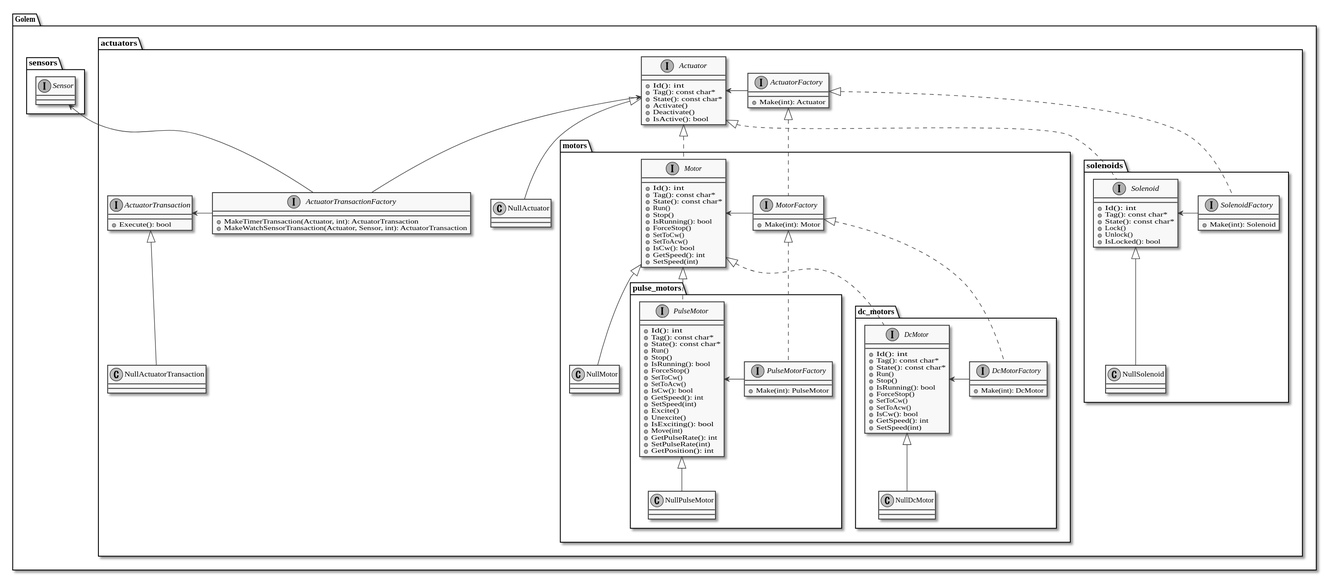
This is doc/actuator_class_diagram.svg from kokabe2/golem, a PlantUML export, as it was before one commit. Its diagram source:
```plantuml
@startuml actuator_class_diagram
skinparam {
    defaultFontName Ricty Diminished
    monochrome true
}

package Golem {
    folder actuators {
        interface Actuator {
            + Id(): int
            + Tag(): const char*
            + State(): const char*
            + Activate()
            + Deactivate()
            + IsActive(): bool
        }
        interface ActuatorFactory {
            + Make(int): Actuator
        }
        interface ActuatorTransaction {
            + Execute(): bool
        }
        interface ActuatorTransactionFactory {
            + MakeTimerTransaction(Actuator, int): ActuatorTransaction
            + MakeWatchSensorTransaction(Actuator, Sensor, int): ActuatorTransaction
        }
        class NullActuator
        class NullActuatorTransaction
        folder motors {
            interface Motor {
                + Id(): int
                + Tag(): const char*
                + State(): const char*
                + Run()
                + Stop()
                + IsRunning(): bool
                + ForceStop()
                + SetToCw()
                + SetToAcw()
                + IsCw(): bool
                + GetSpeed(): int
                + SetSpeed(int)
            }
            interface MotorFactory {
                + Make(int): Motor
            }
            class NullMotor
            folder dc_motors {
                interface DcMotor {
                    + Id(): int
                    + Tag(): const char*
                    + State(): const char*
                    + Run()
                    + Stop()
                    + IsRunning(): bool
                    + ForceStop()
                    + SetToCw()
                    + SetToAcw()
                    + IsCw(): bool
                    + GetSpeed(): int
                    + SetSpeed(int)
                }
                interface DcMotorFactory {
                    + Make(int): DcMotor
                }
                class NullDcMotor
                DcMotor <|-- NullDcMotor
                DcMotor <- DcMotorFactory
            }
            folder pulse_motors {
                interface PulseMotor {
                    + Id(): int
                    + Tag(): const char*
                    + State(): const char*
                    + Run()
                    + Stop()
                    + IsRunning(): bool
                    + ForceStop()
                    + SetToCw()
                    + SetToAcw()
                    + IsCw(): bool
                    + GetSpeed(): int
                    + SetSpeed(int)
                    + Excite()
                    + Unexcite()
                    + IsExciting(): bool
                    + Move(int)
                    + GetPulseRate(): int
                    + SetPulseRate(int)
                    + GetPosition(): int
                }
                interface PulseMotorFactory {
                    + Make(int): PulseMotor
                }
                class NullPulseMotor
                PulseMotor <|-- NullPulseMotor
                PulseMotor <- PulseMotorFactory
            }
            Motor <|-- NullMotor
            Motor <- MotorFactory
            Motor <|.. DcMotor
            MotorFactory <|.. DcMotorFactory
            Motor <|.. PulseMotor
            MotorFactory <|.. PulseMotorFactory
        }
        folder solenoids {
            interface Solenoid {
                + Id(): int
                + Tag(): const char*
                + State(): const char*
                + Lock()
                + Unlock()
                + IsLocked(): bool
            }
            interface SolenoidFactory {
                + Make(int): Solenoid
            }
            class NullSolenoid
            Solenoid <|-- NullSolenoid
            Solenoid <- SolenoidFactory
        }
        Actuator <|-- NullActuator
        Actuator <- ActuatorFactory
        ActuatorTransaction <|-- NullActuatorTransaction
        ActuatorTransaction <- ActuatorTransactionFactory
        Actuator <-- ActuatorTransactionFactory
        ActuatorTransactionFactory -[hidden]r-> NullActuator
        Actuator <|.. Solenoid
        ActuatorFactory <|.. SolenoidFactory
        Actuator <|.. Motor
        ActuatorFactory <|.. MotorFactory
    }
    folder sensors {
        interface Sensor
    }
    Sensor <-- ActuatorTransactionFactory
}
@enduml
```
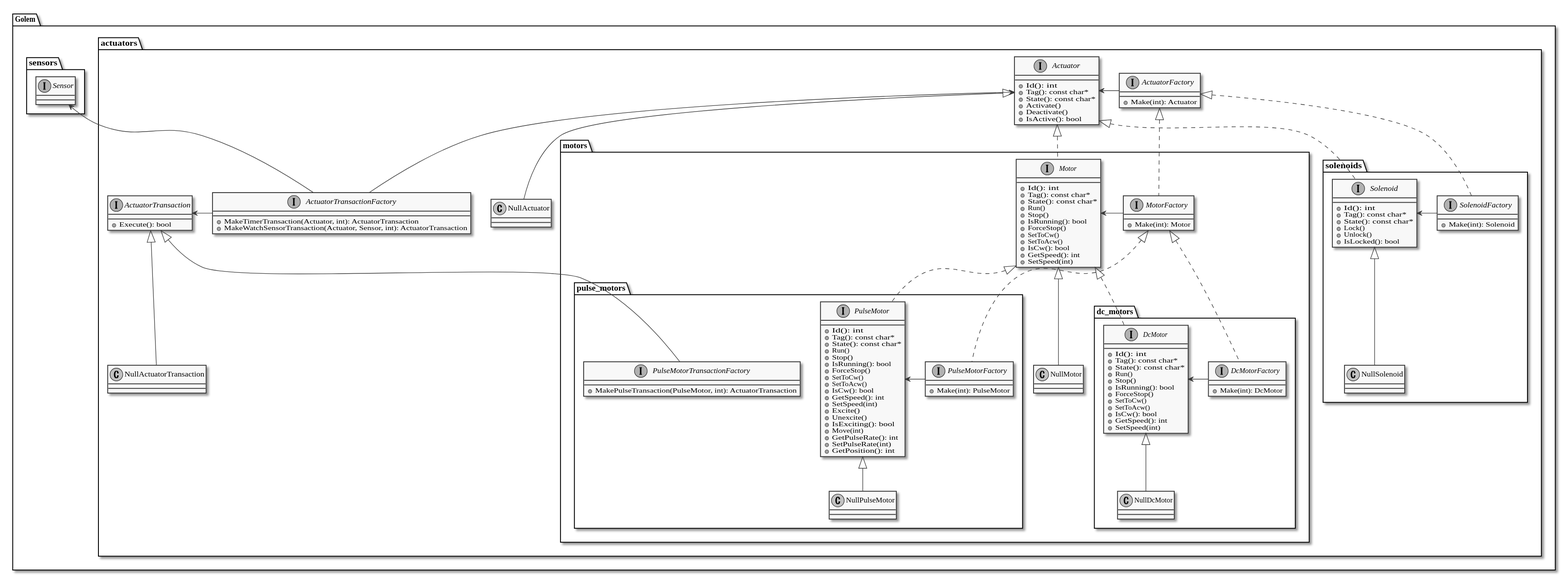
The same diagram one commit later.

Commit message:
Update class diagram

What changed in the source:
```diff
@@ -92,6 +92,9 @@
                 interface PulseMotorFactory {
                     + Make(int): PulseMotor
                 }
+                interface PulseMotorTransactionFactory {
+                    + MakePulseTransaction(PulseMotor, int): ActuatorTransaction
+                }
                 class NullPulseMotor
                 PulseMotor <|-- NullPulseMotor
                 PulseMotor <- PulseMotorFactory
@@ -129,6 +132,7 @@
         ActuatorFactory <|.. SolenoidFactory
         Actuator <|.. Motor
         ActuatorFactory <|.. MotorFactory
+        ActuatorTransaction <|-- PulseMotorTransactionFactory
     }
     folder sensors {
         interface Sensor
```
